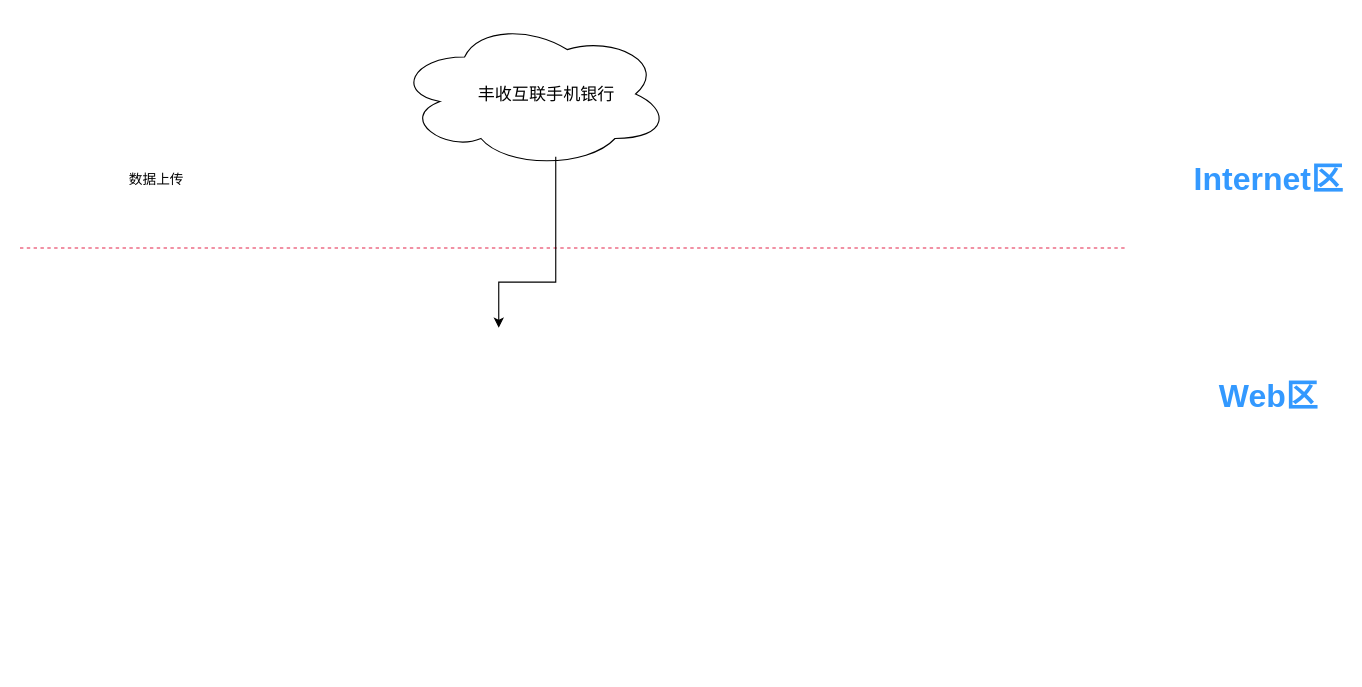
This is 浙江农信信创平台架构.drawio from zeng0550/free-programming-books, a draw.io file, before an edit. Source tidied: cells renumbered, new cells numbered last; positions are measured from the earlier drawing's top-left corner, leaving out a move shared by most shapes. Both pictures are drawn from the tidied source at 114%, with x=0, y=0 at pixel (19, 19).
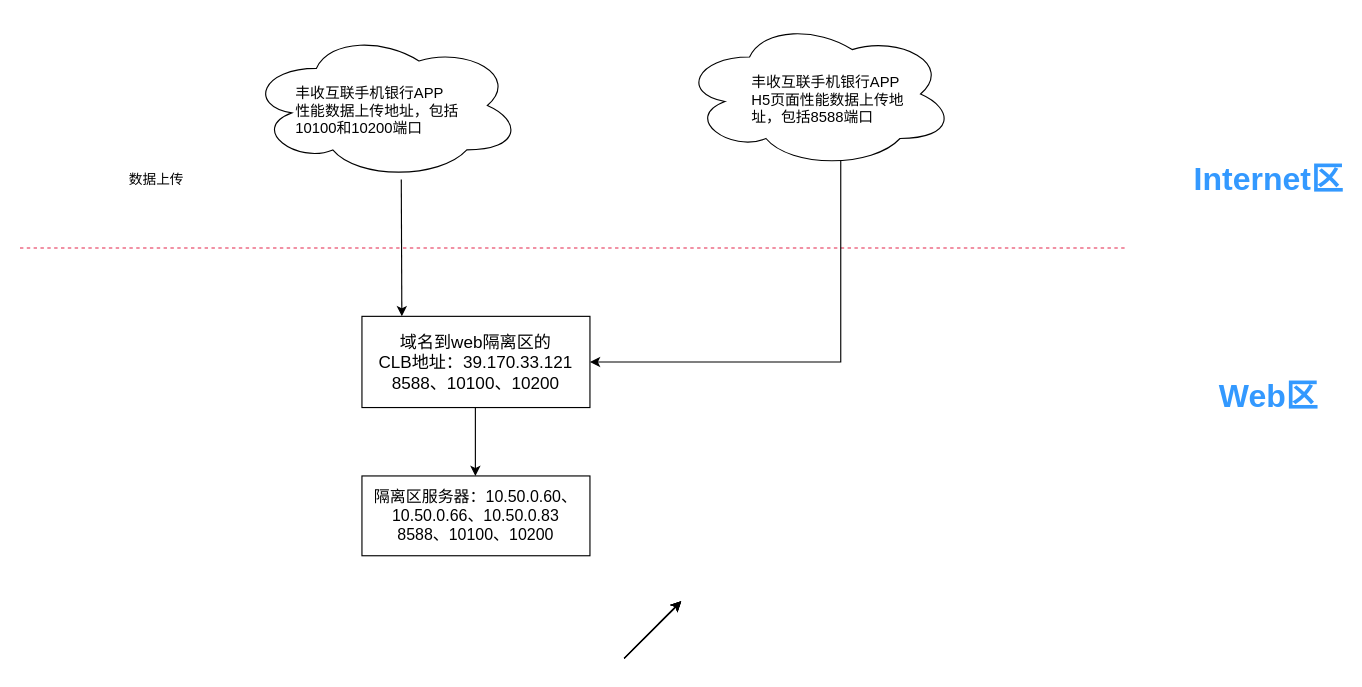
Above is the later version.

Commit message (it also covers changes not shown here):
更新浙江农信信创平台架构.drawio

The edit, as a diff of the source:
```diff
@@
     <mxCell id="5" style="ellipse;shape=cloud;whiteSpace=wrap;html=1;" parent="1" vertex="1">
-      <mxGeometry x="330" width="240" height="130" as="geometry" />
+      <mxGeometry x="200" y="10" width="240" height="130" as="geometry" />
     </mxCell>
-    <mxCell id="6" value="丰收互联手机银行&lt;span class=&quot;eusoft-eudic-chrome-extension-translate-content&quot;&gt;&lt;/span&gt;" style="text;strokeColor=none;fillColor=none;html=1;whiteSpace=wrap;verticalAlign=middle;overflow=hidden;strokeWidth=0;fontSize=15;" parent="1" vertex="1">
-      <mxGeometry x="400" y="40" width="130" height="50" as="geometry" />
+    <mxCell id="6" value="丰收互联手机银行&lt;span style=&quot;background-color: transparent; color: light-dark(rgb(0, 0, 0), rgb(255, 255, 255));&quot;&gt;APP&lt;/span&gt;&lt;div&gt;性能数据上传地址，包括10100和10200端口&lt;/div&gt;" style="text;strokeColor=none;fillColor=none;html=1;whiteSpace=wrap;verticalAlign=middle;overflow=hidden;strokeWidth=0;fontSize=13;" parent="1" vertex="1">
+      <mxGeometry x="240" y="50" width="170" height="60" as="geometry" />
     </mxCell>
     <mxCell id="7" style="endArrow=classic;html=1;rounded=0;exitX=0.5;exitY=1;exitDx=0;exitDy=0;" parent="1" edge="1">
       <mxGeometry relative="1" as="geometry">
-        <mxPoint x="470" y="120" as="sourcePoint" />
-        <mxPoint x="420" y="270" as="targetPoint" />
+        <mxPoint x="720" y="120" as="sourcePoint" />
+        <mxPoint x="500" y="300" as="targetPoint" />
         <Array as="points">
-          <mxPoint x="470" y="230" />
-          <mxPoint x="420" y="230" />
+          <mxPoint x="720" y="230" />
+          <mxPoint x="720" y="300" />
         </Array>
       </mxGeometry>
     </mxCell>
@@
+    <mxCell id="9" style="ellipse;shape=cloud;whiteSpace=wrap;html=1;" parent="1" vertex="1">
+      <mxGeometry x="580" width="240" height="130" as="geometry" />
+    </mxCell>
+    <mxCell id="10" value="丰收互联手机银行&lt;span style=&quot;background-color: transparent; color: light-dark(rgb(0, 0, 0), rgb(255, 255, 255));&quot;&gt;APP H5页面性能数据上传地址，包括8588端口&lt;/span&gt;" style="text;strokeColor=none;fillColor=none;html=1;whiteSpace=wrap;verticalAlign=middle;overflow=hidden;strokeWidth=0;fontSize=13;" parent="1" vertex="1">
+      <mxGeometry x="640" y="40" width="140" height="60" as="geometry" />
+    </mxCell>
+    <mxCell id="11" style="endArrow=classic;html=1;rounded=0;" parent="1" edge="1">
+      <mxGeometry relative="1" as="geometry">
+        <mxPoint x="334.5" y="140" as="sourcePoint" />
+        <mxPoint x="335" y="260" as="targetPoint" />
+      </mxGeometry>
+    </mxCell>
+    <mxCell id="12" value="域名到web隔离区的&lt;div&gt;CLB地址：39.170.33.121&lt;/div&gt;&lt;div&gt;8588、10100、10200&lt;/div&gt;" style="rounded=0;whiteSpace=wrap;html=1;fontSize=15;" parent="1" vertex="1">
+      <mxGeometry x="300" y="260" width="200" height="80" as="geometry" />
+    </mxCell>
+    <mxCell id="13" style="endArrow=classic;html=1;rounded=0;" parent="1" edge="1">
+      <mxGeometry relative="1" as="geometry">
+        <mxPoint x="530" y="560" as="sourcePoint" />
+        <mxPoint x="580" y="510" as="targetPoint" />
+      </mxGeometry>
+    </mxCell>
+    <mxCell id="14" style="endArrow=classic;html=1;rounded=0;" parent="1" edge="1">
+      <mxGeometry relative="1" as="geometry">
+        <mxPoint x="530" y="560" as="sourcePoint" />
+        <mxPoint x="580" y="510" as="targetPoint" />
+      </mxGeometry>
+    </mxCell>
+    <mxCell id="15" style="endArrow=classic;html=1;rounded=0;" parent="1" edge="1">
+      <mxGeometry relative="1" as="geometry">
+        <mxPoint x="530" y="560" as="sourcePoint" />
+        <mxPoint x="580" y="510" as="targetPoint" />
+      </mxGeometry>
+    </mxCell>
+    <mxCell id="16" style="endArrow=classic;html=1;rounded=0;" parent="1" edge="1">
+      <mxGeometry relative="1" as="geometry">
+        <mxPoint x="530" y="560" as="sourcePoint" />
+        <mxPoint x="580" y="510" as="targetPoint" />
+      </mxGeometry>
+    </mxCell>
+    <mxCell id="17" style="endArrow=classic;html=1;rounded=0;" parent="1" edge="1">
+      <mxGeometry relative="1" as="geometry">
+        <mxPoint x="399.5" y="340" as="sourcePoint" />
+        <mxPoint x="399.5" y="400" as="targetPoint" />
+      </mxGeometry>
+    </mxCell>
+    <mxCell id="18" value="隔离区服务器：10.50.0.60、10.50.0.66、10.50.0.83&lt;div&gt;8588、10100、10200&lt;/div&gt;" style="rounded=0;whiteSpace=wrap;html=1;fontSize=14;" parent="1" vertex="1">
+      <mxGeometry x="300" y="400" width="200" height="70" as="geometry" />
+    </mxCell>
```
